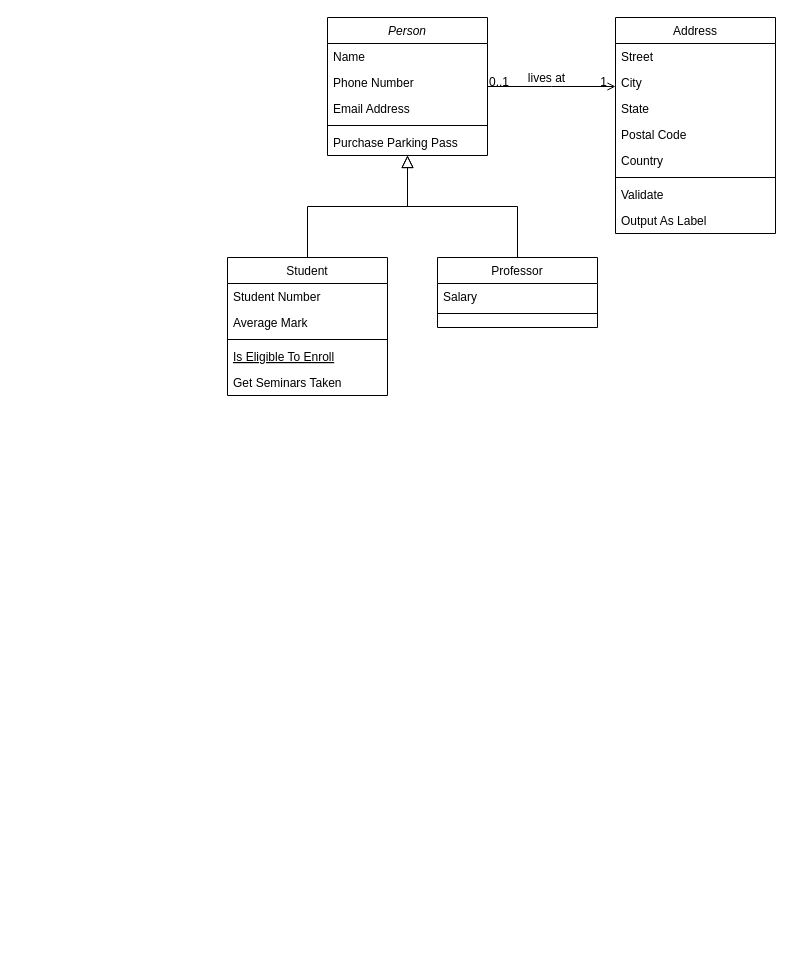
This is Untitled Diagram.drawio from chen7ong/hello-world, a draw.io file, before an edit. Source tidied: cells renumbered, new cells numbered last; positions are measured from the earlier drawing's top-left corner, leaving out a move shared by most shapes. Both pictures are drawn from the tidied source at 100%, with x=0, y=0 at pixel (227, 17).
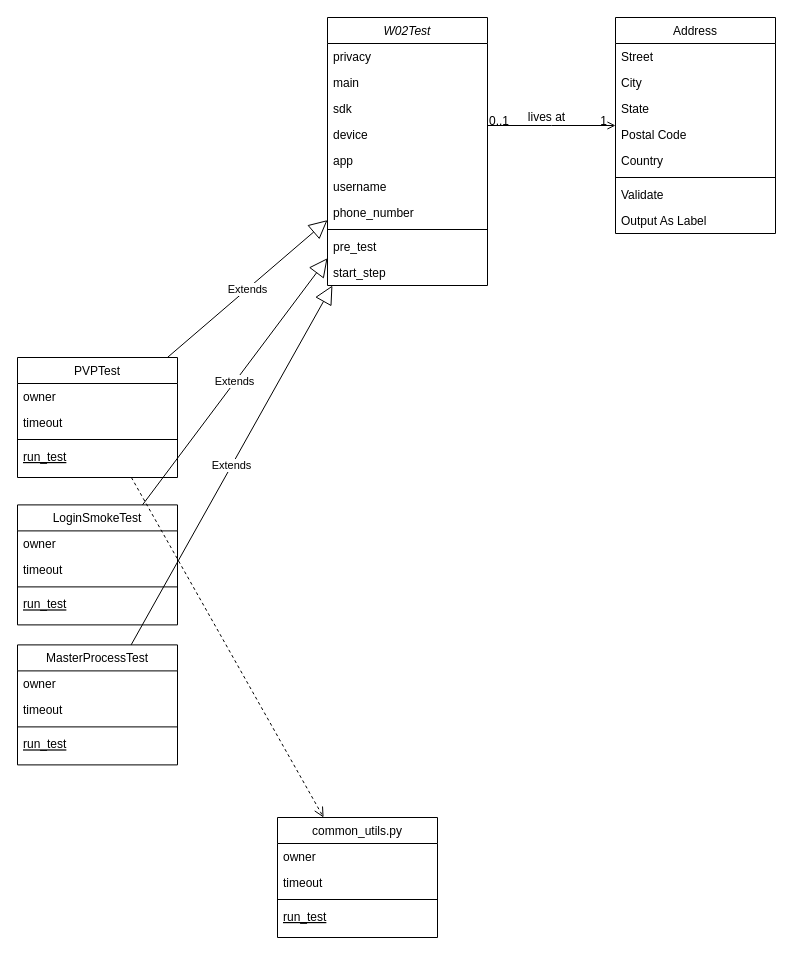
After the change.

What changed in the source:
```diff
@@
-    <mxCell id="2" value="Person" style="swimlane;fontStyle=2;align=center;verticalAlign=top;horizontal=1;startSize=26;rounded=0;shadow=0;strokeWidth=1;" parent="1" vertex="1">
-      <mxGeometry x="100" width="160" height="138" as="geometry" />
+    <mxCell id="2" value="W02Test" style="swimlane;fontStyle=2;align=center;verticalAlign=top;horizontal=1;startSize=26;rounded=0;shadow=0;strokeWidth=1;" parent="1" vertex="1">
+      <mxGeometry x="100" width="160" height="268" as="geometry" />
     </mxCell>
-    <mxCell id="3" value="Name" style="text;align=left;verticalAlign=top;spacingLeft=4;spacingRight=4;overflow=hidden;" parent="2" vertex="1">
+    <mxCell id="3" value="privacy" style="text;align=left;verticalAlign=top;spacingLeft=4;spacingRight=4;overflow=hidden;" parent="2" vertex="1">
       <mxGeometry y="26" width="160" height="26" as="geometry" />
     </mxCell>
-    <mxCell id="4" value="Phone Number" style="text;align=left;verticalAlign=top;spacingLeft=4;spacingRight=4;overflow=hidden;rounded=0;shadow=0;html=0;" parent="2" vertex="1">
+    <mxCell id="4" value="main" style="text;align=left;verticalAlign=top;spacingLeft=4;spacingRight=4;overflow=hidden;rounded=0;shadow=0;html=0;" parent="2" vertex="1">
       <mxGeometry y="52" width="160" height="26" as="geometry" />
     </mxCell>
-    <mxCell id="5" value="Email Address" style="text;align=left;verticalAlign=top;spacingLeft=4;spacingRight=4;overflow=hidden;rounded=0;shadow=0;html=0;" parent="2" vertex="1">
+    <mxCell id="5" value="sdk" style="text;align=left;verticalAlign=top;spacingLeft=4;spacingRight=4;overflow=hidden;rounded=0;shadow=0;html=0;" parent="2" vertex="1">
       <mxGeometry y="78" width="160" height="26" as="geometry" />
     </mxCell>
+    <mxCell id="32" value="device" style="text;align=left;verticalAlign=top;spacingLeft=4;spacingRight=4;overflow=hidden;rounded=0;shadow=0;html=0;" parent="2" vertex="1">
+      <mxGeometry y="104" width="160" height="26" as="geometry" />
+    </mxCell>
+    <mxCell id="33" value="app" style="text;align=left;verticalAlign=top;spacingLeft=4;spacingRight=4;overflow=hidden;rounded=0;shadow=0;html=0;" parent="2" vertex="1">
+      <mxGeometry y="130" width="160" height="26" as="geometry" />
+    </mxCell>
+    <mxCell id="34" value="username" style="text;align=left;verticalAlign=top;spacingLeft=4;spacingRight=4;overflow=hidden;rounded=0;shadow=0;html=0;" parent="2" vertex="1">
+      <mxGeometry y="156" width="160" height="26" as="geometry" />
+    </mxCell>
+    <mxCell id="35" value="phone_number" style="text;align=left;verticalAlign=top;spacingLeft=4;spacingRight=4;overflow=hidden;rounded=0;shadow=0;html=0;" parent="2" vertex="1">
+      <mxGeometry y="182" width="160" height="26" as="geometry" />
+    </mxCell>
     <mxCell id="6" style="line;html=1;strokeWidth=1;align=left;verticalAlign=middle;spacingTop=-1;spacingLeft=3;spacingRight=3;labelPosition=right;" parent="2" vertex="1">
-      <mxGeometry y="104" width="160" height="8" as="geometry" />
+      <mxGeometry y="208" width="160" height="8" as="geometry" />
     </mxCell>
-    <mxCell id="7" value="Purchase Parking Pass" style="text;align=left;verticalAlign=top;spacingLeft=4;spacingRight=4;overflow=hidden;" parent="2" vertex="1">
-      <mxGeometry y="112" width="160" height="26" as="geometry" />
+    <mxCell id="7" value="pre_test" style="text;align=left;verticalAlign=top;spacingLeft=4;spacingRight=4;overflow=hidden;" parent="2" vertex="1">
+      <mxGeometry y="216" width="160" height="26" as="geometry" />
     </mxCell>
+    <mxCell id="36" value="start_step" style="text;align=left;verticalAlign=top;spacingLeft=4;spacingRight=4;overflow=hidden;" parent="2" vertex="1">
+      <mxGeometry y="242" width="160" height="26" as="geometry" />
+    </mxCell>
-    <mxCell id="8" value="Student" style="swimlane;fontStyle=0;align=center;verticalAlign=top;horizontal=1;startSize=26;rounded=0;shadow=0;strokeWidth=1;" parent="1" vertex="1">
-      <mxGeometry y="240" width="160" height="138" as="geometry" />
+    <mxCell id="8" value="PVPTest" style="swimlane;fontStyle=0;align=center;verticalAlign=top;horizontal=1;startSize=26;rounded=0;shadow=0;strokeWidth=1;" parent="1" vertex="1">
+      <mxGeometry x="-210" y="340" width="160" height="120" as="geometry" />
     </mxCell>
-    <mxCell id="9" value="Student Number" style="text;align=left;verticalAlign=top;spacingLeft=4;spacingRight=4;overflow=hidden;" parent="8" vertex="1">
+    <mxCell id="9" value="owner" style="text;align=left;verticalAlign=top;spacingLeft=4;spacingRight=4;overflow=hidden;" parent="8" vertex="1">
       <mxGeometry y="26" width="160" height="26" as="geometry" />
     </mxCell>
-    <mxCell id="10" value="Average Mark" style="text;align=left;verticalAlign=top;spacingLeft=4;spacingRight=4;overflow=hidden;rounded=0;shadow=0;html=0;" parent="8" vertex="1">
+    <mxCell id="10" value="timeout" style="text;align=left;verticalAlign=top;spacingLeft=4;spacingRight=4;overflow=hidden;rounded=0;shadow=0;html=0;" parent="8" vertex="1">
       <mxGeometry y="52" width="160" height="26" as="geometry" />
     </mxCell>
@@
-    <mxCell id="12" value="Is Eligible To Enroll" style="text;align=left;verticalAlign=top;spacingLeft=4;spacingRight=4;overflow=hidden;fontStyle=4;" parent="8" vertex="1">
+    <mxCell id="12" value="run_test" style="text;align=left;verticalAlign=top;spacingLeft=4;spacingRight=4;overflow=hidden;fontStyle=4;" parent="8" vertex="1">
       <mxGeometry y="86" width="160" height="26" as="geometry" />
     </mxCell>
-    <mxCell id="13" value="Get Seminars Taken" style="text;align=left;verticalAlign=top;spacingLeft=4;spacingRight=4;overflow=hidden;" parent="8" vertex="1">
-      <mxGeometry y="112" width="160" height="26" as="geometry" />
-    </mxCell>
-    <mxCell id="14" style="endArrow=block;endSize=10;endFill=0;shadow=0;strokeWidth=1;rounded=0;edgeStyle=elbowEdgeStyle;elbow=vertical;" parent="1" edge="1" source="8" target="2">
-      <mxGeometry relative="1" as="geometry" />
-    </mxCell>
-    <mxCell id="15" value="Professor" style="swimlane;fontStyle=0;align=center;verticalAlign=top;horizontal=1;startSize=26;rounded=0;shadow=0;strokeWidth=1;" parent="1" vertex="1">
-      <mxGeometry x="210" y="240" width="160" height="70" as="geometry" />
-    </mxCell>
-    <mxCell id="16" value="Salary" style="text;align=left;verticalAlign=top;spacingLeft=4;spacingRight=4;overflow=hidden;" parent="15" vertex="1">
-      <mxGeometry y="26" width="160" height="26" as="geometry" />
-    </mxCell>
-    <mxCell id="17" style="line;html=1;strokeWidth=1;align=left;verticalAlign=middle;spacingTop=-1;spacingLeft=3;spacingRight=3;labelPosition=right;" parent="15" vertex="1">
-      <mxGeometry y="52" width="160" height="8" as="geometry" />
-    </mxCell>
-    <mxCell id="18" style="endArrow=block;endSize=10;endFill=0;shadow=0;strokeWidth=1;rounded=0;edgeStyle=elbowEdgeStyle;elbow=vertical;" parent="1" edge="1" source="15" target="2">
-      <mxGeometry relative="1" as="geometry" />
-    </mxCell>
@@
+    <mxCell id="14" value="Extends" style="endArrow=block;endSize=16;endFill=0;html=1;rounded=0;" parent="1" edge="1" source="8" target="2">
+      <mxGeometry relative="1" as="geometry" />
+    </mxCell>
+    <mxCell id="37" value="LoginSmokeTest" style="swimlane;fontStyle=0;align=center;verticalAlign=top;horizontal=1;startSize=26;rounded=0;shadow=0;strokeWidth=1;" parent="1" vertex="1">
+      <mxGeometry x="-210" y="487.4" width="160" height="120" as="geometry" />
+    </mxCell>
+    <mxCell id="38" value="owner" style="text;align=left;verticalAlign=top;spacingLeft=4;spacingRight=4;overflow=hidden;" parent="37" vertex="1">
+      <mxGeometry y="26" width="160" height="26" as="geometry" />
+    </mxCell>
+    <mxCell id="39" value="timeout" style="text;align=left;verticalAlign=top;spacingLeft=4;spacingRight=4;overflow=hidden;rounded=0;shadow=0;html=0;" parent="37" vertex="1">
+      <mxGeometry y="52" width="160" height="26" as="geometry" />
+    </mxCell>
+    <mxCell id="40" style="line;html=1;strokeWidth=1;align=left;verticalAlign=middle;spacingTop=-1;spacingLeft=3;spacingRight=3;labelPosition=right;" parent="37" vertex="1">
+      <mxGeometry y="78" width="160" height="8" as="geometry" />
+    </mxCell>
+    <mxCell id="41" value="run_test" style="text;align=left;verticalAlign=top;spacingLeft=4;spacingRight=4;overflow=hidden;fontStyle=4;" parent="37" vertex="1">
+      <mxGeometry y="86" width="160" height="26" as="geometry" />
+    </mxCell>
+    <mxCell id="42" value="Extends" style="endArrow=block;endSize=16;endFill=0;html=1;rounded=0;" parent="1" edge="1" source="37" target="2">
+      <mxGeometry relative="1" as="geometry" />
+    </mxCell>
+    <mxCell id="43" value="MasterProcessTest" style="swimlane;fontStyle=0;align=center;verticalAlign=top;horizontal=1;startSize=26;rounded=0;shadow=0;strokeWidth=1;" parent="1" vertex="1">
+      <mxGeometry x="-210" y="627.4" width="160" height="120" as="geometry" />
+    </mxCell>
+    <mxCell id="44" value="owner" style="text;align=left;verticalAlign=top;spacingLeft=4;spacingRight=4;overflow=hidden;" parent="43" vertex="1">
+      <mxGeometry y="26" width="160" height="26" as="geometry" />
+    </mxCell>
+    <mxCell id="45" value="timeout" style="text;align=left;verticalAlign=top;spacingLeft=4;spacingRight=4;overflow=hidden;rounded=0;shadow=0;html=0;" parent="43" vertex="1">
+      <mxGeometry y="52" width="160" height="26" as="geometry" />
+    </mxCell>
+    <mxCell id="46" style="line;html=1;strokeWidth=1;align=left;verticalAlign=middle;spacingTop=-1;spacingLeft=3;spacingRight=3;labelPosition=right;" parent="43" vertex="1">
+      <mxGeometry y="78" width="160" height="8" as="geometry" />
+    </mxCell>
+    <mxCell id="47" value="run_test" style="text;align=left;verticalAlign=top;spacingLeft=4;spacingRight=4;overflow=hidden;fontStyle=4;" parent="43" vertex="1">
+      <mxGeometry y="86" width="160" height="26" as="geometry" />
+    </mxCell>
+    <mxCell id="48" value="Extends" style="endArrow=block;endSize=16;endFill=0;html=1;rounded=0;" parent="1" edge="1" source="43" target="2">
+      <mxGeometry relative="1" as="geometry" />
+    </mxCell>
+    <mxCell id="49" value="common_utils.py" style="swimlane;fontStyle=0;align=center;verticalAlign=top;horizontal=1;startSize=26;rounded=0;shadow=0;strokeWidth=1;" parent="1" vertex="1">
+      <mxGeometry x="50" y="800" width="160" height="120" as="geometry" />
+    </mxCell>
+    <mxCell id="50" value="owner" style="text;align=left;verticalAlign=top;spacingLeft=4;spacingRight=4;overflow=hidden;" parent="49" vertex="1">
+      <mxGeometry y="26" width="160" height="26" as="geometry" />
+    </mxCell>
+    <mxCell id="51" value="timeout" style="text;align=left;verticalAlign=top;spacingLeft=4;spacingRight=4;overflow=hidden;rounded=0;shadow=0;html=0;" parent="49" vertex="1">
+      <mxGeometry y="52" width="160" height="26" as="geometry" />
+    </mxCell>
+    <mxCell id="52" style="line;html=1;strokeWidth=1;align=left;verticalAlign=middle;spacingTop=-1;spacingLeft=3;spacingRight=3;labelPosition=right;" parent="49" vertex="1">
+      <mxGeometry y="78" width="160" height="8" as="geometry" />
+    </mxCell>
+    <mxCell id="53" value="run_test" style="text;align=left;verticalAlign=top;spacingLeft=4;spacingRight=4;overflow=hidden;fontStyle=4;" parent="49" vertex="1">
+      <mxGeometry y="86" width="160" height="26" as="geometry" />
+    </mxCell>
+    <mxCell id="54" style="html=1;verticalAlign=bottom;endArrow=open;dashed=1;endSize=8;rounded=0;" parent="1" edge="1" source="8" target="49">
+      <mxGeometry relative="1" as="geometry" />
+    </mxCell>
```
